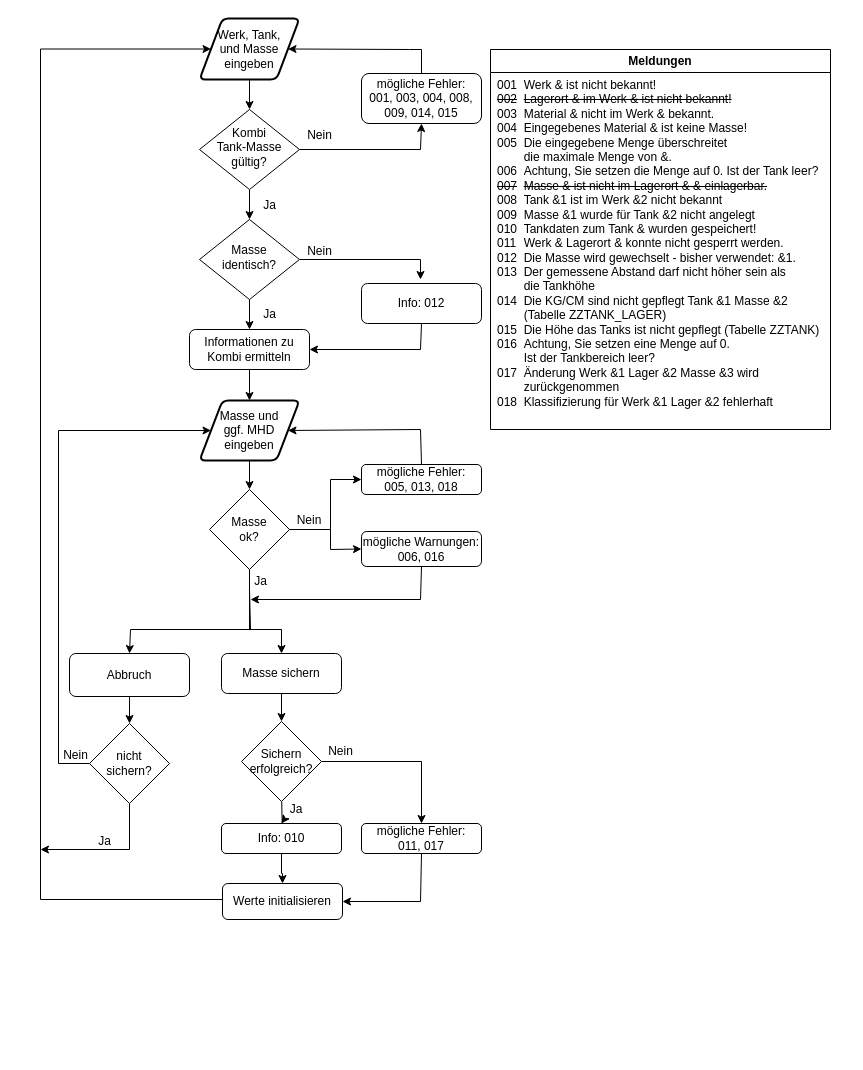
The draw.io diagram Tank.drawio in fsteffens/draw, before the edit. Source tidied: cells renumbered, new cells numbered last; positions are measured from the earlier drawing's top-left corner, leaving out a move shared by most shapes. Both pictures are drawn from the tidied source at 100%, with x=0, y=0 at pixel (40, 18).
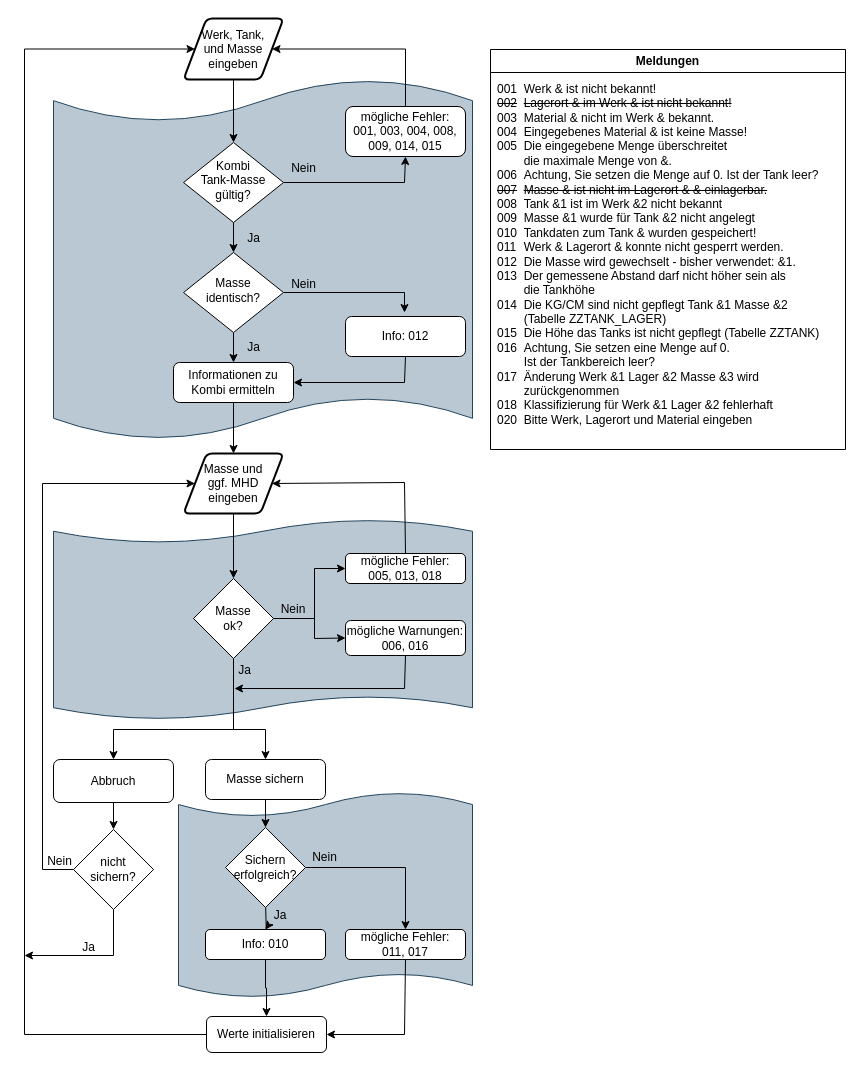
The same page after the edit.

Commit message:
Tank.drawio aktualisiert: FuBa

Change to the diagram source:
```diff
@@
+    <mxCell id="55" style="shape=tape;whiteSpace=wrap;html=1;size=0.11764705882352941;fillColor=#bac8d3;strokeColor=#23445d;gradientColor=none;" parent="1" vertex="1">
+      <mxGeometry x="138" y="774" width="294" height="205" as="geometry" />
+    </mxCell>
+    <mxCell id="56" style="shape=tape;whiteSpace=wrap;html=1;size=0.11764705882352941;fillColor=#bac8d3;strokeColor=#23445d;gradientColor=none;" parent="1" vertex="1">
+      <mxGeometry x="13" y="501" width="419" height="200" as="geometry" />
+    </mxCell>
+    <mxCell id="57" style="shape=tape;whiteSpace=wrap;html=1;size=0.11764705882352941;fillColor=#bac8d3;strokeColor=#23445d;gradientColor=none;" parent="1" vertex="1">
+      <mxGeometry x="13" y="61" width="419" height="360" as="geometry" />
+    </mxCell>
@@
     <mxCell id="3" style="edgeStyle=orthogonalEdgeStyle;rounded=0;jettySize=auto;html=1;exitX=1;exitY=0.5;exitDx=0;exitDy=0;entryX=0.5;entryY=1;entryDx=0;entryDy=0;" parent="1" edge="1" source="4" target="6">
       <mxGeometry relative="1" as="geometry">
         <Array as="points">
-          <mxPoint x="380" y="131" />
-          <mxPoint x="380" y="105" />
+          <mxPoint x="364" y="164" />
+          <mxPoint x="364" y="138" />
         </Array>
       </mxGeometry>
     </mxCell>
     <mxCell id="4" value="Kombi&lt;br&gt;Tank-Masse&lt;br&gt;gültig?" style="rhombus;whiteSpace=wrap;html=1;shadow=0;fontFamily=Helvetica;fontSize=12;align=center;strokeWidth=1;spacing=6;spacingTop=-4;" parent="1" vertex="1">
-      <mxGeometry x="159" y="91" width="100" height="80" as="geometry" />
+      <mxGeometry x="143" y="124" width="100" height="80" as="geometry" />
     </mxCell>
     <mxCell id="5" style="edgeStyle=orthogonalEdgeStyle;rounded=0;jettySize=auto;html=1;exitX=0.5;exitY=0;exitDx=0;exitDy=0;entryX=1;entryY=0.5;entryDx=0;entryDy=0;" parent="1" edge="1" source="6" target="16">
       <mxGeometry relative="1" as="geometry">
         <Array as="points">
-          <mxPoint x="369" y="31" />
-          <mxPoint x="248" y="31" />
+          <mxPoint x="365" y="31" />
         </Array>
       </mxGeometry>
     </mxCell>
     <mxCell id="6" value="mögliche Fehler:&lt;br&gt;001, 003, 004, 008, 009, 014, 015" style="rounded=1;whiteSpace=wrap;html=1;fontSize=12;glass=0;strokeWidth=1;shadow=0;" parent="1" vertex="1">
-      <mxGeometry x="321" y="55" width="120" height="50" as="geometry" />
+      <mxGeometry x="305" y="88" width="120" height="50" as="geometry" />
     </mxCell>
     <mxCell id="7" style="edgeStyle=orthogonalEdgeStyle;rounded=0;jettySize=auto;html=1;" parent="1" edge="1" source="9">
       <mxGeometry relative="1" as="geometry">
-        <mxPoint x="380" y="261" as="targetPoint" />
+        <mxPoint x="364" y="294" as="targetPoint" />
         <Array as="points">
-          <mxPoint x="380" y="241" />
+          <mxPoint x="364" y="274" />
         </Array>
       </mxGeometry>
     </mxCell>
@@
     <mxCell id="9" value="Masse identisch?" style="rhombus;whiteSpace=wrap;html=1;shadow=0;fontFamily=Helvetica;fontSize=12;align=center;strokeWidth=1;spacing=6;spacingTop=-4;" parent="1" vertex="1">
-      <mxGeometry x="159" y="201" width="100" height="80" as="geometry" />
+      <mxGeometry x="143" y="234" width="100" height="80" as="geometry" />
     </mxCell>
     <mxCell id="10" value="Informationen zu Kombi ermitteln" style="rounded=1;whiteSpace=wrap;html=1;fontSize=12;glass=0;strokeWidth=1;shadow=0;" parent="1" vertex="1">
-      <mxGeometry x="149" y="311" width="120" height="40" as="geometry" />
+      <mxGeometry x="133" y="344" width="120" height="40" as="geometry" />
     </mxCell>
     <mxCell id="11" value="Info:&amp;nbsp;012" style="rounded=1;whiteSpace=wrap;html=1;fontSize=12;glass=0;strokeWidth=1;shadow=0;" parent="1" vertex="1">
-      <mxGeometry x="321" y="265" width="120" height="40" as="geometry" />
+      <mxGeometry x="305" y="298" width="120" height="40" as="geometry" />
     </mxCell>
     <mxCell id="12" value="Meldungen" style="swimlane;whiteSpace=wrap;html=1;" parent="1" vertex="1">
-      <mxGeometry x="450" y="31" width="340" height="380" as="geometry" />
+      <mxGeometry x="450" y="31" width="355" height="400" as="geometry" />
     </mxCell>
-    <mxCell id="13" value="&lt;div style=&quot;&quot;&gt;&lt;div&gt;001&lt;span style=&quot;white-space: pre;&quot;&gt;&#9;&lt;/span&gt;Werk &amp;amp; ist nicht bekannt!&lt;/div&gt;&lt;div&gt;&lt;strike&gt;002&lt;span style=&quot;white-space: pre;&quot;&gt;&#9;&lt;/span&gt;Lagerort &amp;amp; im Werk &amp;amp; ist nicht bekannt!&lt;/strike&gt;&lt;/div&gt;&lt;div&gt;&lt;span style=&quot;background-color: initial;&quot;&gt;003&lt;/span&gt;&lt;span style=&quot;background-color: initial; white-space-collapse: preserve;&quot;&gt;&#9;&lt;/span&gt;&lt;span style=&quot;background-color: initial;&quot;&gt;Material &amp;amp; nicht im Werk &amp;amp; bekannt.&lt;/span&gt;&lt;/div&gt;&lt;/div&gt;&lt;div style=&quot;&quot;&gt;&lt;div&gt;004&lt;span style=&quot;white-space: pre;&quot;&gt;&#9;&lt;/span&gt;Eingegebenes Material &amp;amp; ist keine Masse!&lt;/div&gt;&lt;div&gt;005&lt;span style=&quot;white-space: pre;&quot;&gt;&#9;&lt;/span&gt;Die eingegebene Menge überschreitet&amp;nbsp;&lt;/div&gt;&lt;div&gt;&lt;span style=&quot;white-space: pre;&quot;&gt;&#9;&lt;/span&gt;die maximale Menge von &amp;amp;.&lt;/div&gt;&lt;div&gt;006&lt;span style=&quot;white-space: pre;&quot;&gt;&#9;&lt;/span&gt;Achtung, Sie setzen die Menge auf 0. Ist der Tank leer?&lt;/div&gt;&lt;div&gt;&lt;strike&gt;007&lt;span style=&quot;white-space: pre;&quot;&gt;&#9;&lt;/span&gt;Masse &amp;amp; ist nicht im Lagerort &amp;amp; &amp;amp; einlagerbar.&lt;/strike&gt;&lt;/div&gt;&lt;div&gt;008&lt;span style=&quot;white-space: pre;&quot;&gt;&#9;&lt;/span&gt;Tank &amp;amp;1 ist im Werk &amp;amp;2 nicht bekannt&lt;/div&gt;&lt;div&gt;009&lt;span style=&quot;white-space: pre;&quot;&gt;&#9;&lt;/span&gt;Masse &amp;amp;1 wurde für Tank &amp;amp;2 nicht angelegt&lt;/div&gt;&lt;div&gt;010&lt;span style=&quot;white-space: pre;&quot;&gt;&#9;&lt;/span&gt;Tankdaten zum Tank &amp;amp; wurden gespeichert!&lt;/div&gt;&lt;div&gt;011&lt;span style=&quot;white-space: pre;&quot;&gt;&#9;&lt;/span&gt;Werk &amp;amp; Lagerort &amp;amp; konnte nicht gesperrt werden.&lt;/div&gt;&lt;div&gt;012&lt;span style=&quot;white-space: pre;&quot;&gt;&#9;&lt;/span&gt;Die Masse wird gewechselt - bisher verwendet: &amp;amp;1.&lt;/div&gt;&lt;div&gt;013&lt;span style=&quot;white-space: pre;&quot;&gt;&#9;&lt;/span&gt;Der gemessene Abstand darf nicht höher sein als&amp;nbsp;&lt;/div&gt;&lt;div&gt;&lt;span style=&quot;white-space: pre;&quot;&gt;&#9;&lt;/span&gt;die Tankhöhe&lt;/div&gt;&lt;div&gt;014&lt;span style=&quot;white-space: pre;&quot;&gt;&#9;&lt;/span&gt;Die KG/CM sind nicht gepflegt Tank &amp;amp;1 Masse &amp;amp;2&amp;nbsp;&lt;/div&gt;&lt;div&gt;&lt;span style=&quot;white-space: pre;&quot;&gt;&#9;&lt;/span&gt;(Tabelle ZZTANK_LAGER)&lt;/div&gt;&lt;div&gt;015&lt;span style=&quot;white-space: pre;&quot;&gt;&#9;&lt;/span&gt;Die Höhe das Tanks ist nicht gepflegt (Tabelle ZZTANK)&lt;/div&gt;&lt;div&gt;016&lt;span style=&quot;white-space: pre;&quot;&gt;&#9;&lt;/span&gt;Achtung, Sie setzen eine Menge auf 0.&amp;nbsp;&lt;/div&gt;&lt;div&gt;&lt;span style=&quot;white-space: pre;&quot;&gt;&#9;&lt;/span&gt;Ist der Tankbereich leer?&lt;/div&gt;&lt;div&gt;017&lt;span style=&quot;white-space: pre;&quot;&gt;&#9;&lt;/span&gt;Änderung Werk &amp;amp;1 Lager &amp;amp;2 Masse &amp;amp;3 wird&amp;nbsp;&lt;/div&gt;&lt;div&gt;&lt;span style=&quot;white-space: pre;&quot;&gt;&#9;&lt;/span&gt;zurückgenommen&lt;/div&gt;&lt;div&gt;018&lt;span style=&quot;white-space: pre;&quot;&gt;&#9;&lt;/span&gt;Klassifizierung für Werk &amp;amp;1 Lager &amp;amp;2 fehlerhaft&lt;/div&gt;&lt;/div&gt;" style="text;html=1;align=left;verticalAlign=middle;strokeColor=none;fillColor=none;" parent="12" vertex="1">
-      <mxGeometry x="5" y="24" width="350" height="340" as="geometry" />
+    <mxCell id="13" value="&lt;div style=&quot;&quot;&gt;&lt;div&gt;001&lt;span style=&quot;white-space: pre;&quot;&gt;&#9;&lt;/span&gt;Werk &amp;amp; ist nicht bekannt!&lt;/div&gt;&lt;div&gt;&lt;strike&gt;002&lt;span style=&quot;white-space: pre;&quot;&gt;&#9;&lt;/span&gt;Lagerort &amp;amp; im Werk &amp;amp; ist nicht bekannt!&lt;/strike&gt;&lt;/div&gt;&lt;div&gt;&lt;span style=&quot;background-color: initial;&quot;&gt;003&lt;/span&gt;&lt;span style=&quot;background-color: initial; white-space-collapse: preserve;&quot;&gt;&#9;&lt;/span&gt;&lt;span style=&quot;background-color: initial;&quot;&gt;Material &amp;amp; nicht im Werk &amp;amp; bekannt.&lt;/span&gt;&lt;/div&gt;&lt;/div&gt;&lt;div style=&quot;&quot;&gt;&lt;div&gt;004&lt;span style=&quot;white-space: pre;&quot;&gt;&#9;&lt;/span&gt;Eingegebenes Material &amp;amp; ist keine Masse!&lt;/div&gt;&lt;div&gt;005&lt;span style=&quot;white-space: pre;&quot;&gt;&#9;&lt;/span&gt;Die eingegebene Menge überschreitet&amp;nbsp;&lt;/div&gt;&lt;div&gt;&lt;span style=&quot;white-space: pre;&quot;&gt;&#9;&lt;/span&gt;die maximale Menge von &amp;amp;.&lt;/div&gt;&lt;div&gt;006&lt;span style=&quot;white-space: pre;&quot;&gt;&#9;&lt;/span&gt;Achtung, Sie setzen die Menge auf 0. Ist der Tank leer?&lt;/div&gt;&lt;div&gt;&lt;strike&gt;007&lt;span style=&quot;white-space: pre;&quot;&gt;&#9;&lt;/span&gt;Masse &amp;amp; ist nicht im Lagerort &amp;amp; &amp;amp; einlagerbar.&lt;/strike&gt;&lt;/div&gt;&lt;div&gt;008&lt;span style=&quot;white-space: pre;&quot;&gt;&#9;&lt;/span&gt;Tank &amp;amp;1 ist im Werk &amp;amp;2 nicht bekannt&lt;/div&gt;&lt;div&gt;009&lt;span style=&quot;white-space: pre;&quot;&gt;&#9;&lt;/span&gt;Masse &amp;amp;1 wurde für Tank &amp;amp;2 nicht angelegt&lt;/div&gt;&lt;div&gt;010&lt;span style=&quot;white-space: pre;&quot;&gt;&#9;&lt;/span&gt;Tankdaten zum Tank &amp;amp; wurden gespeichert!&lt;/div&gt;&lt;div&gt;011&lt;span style=&quot;white-space: pre;&quot;&gt;&#9;&lt;/span&gt;Werk &amp;amp; Lagerort &amp;amp; konnte nicht gesperrt werden.&lt;/div&gt;&lt;div&gt;012&lt;span style=&quot;white-space: pre;&quot;&gt;&#9;&lt;/span&gt;Die Masse wird gewechselt - bisher verwendet: &amp;amp;1.&lt;/div&gt;&lt;div&gt;013&lt;span style=&quot;white-space: pre;&quot;&gt;&#9;&lt;/span&gt;Der gemessene Abstand darf nicht höher sein als&amp;nbsp;&lt;/div&gt;&lt;div&gt;&lt;span style=&quot;white-space: pre;&quot;&gt;&#9;&lt;/span&gt;die Tankhöhe&lt;/div&gt;&lt;div&gt;014&lt;span style=&quot;white-space: pre;&quot;&gt;&#9;&lt;/span&gt;Die KG/CM sind nicht gepflegt Tank &amp;amp;1 Masse &amp;amp;2&amp;nbsp;&lt;/div&gt;&lt;div&gt;&lt;span style=&quot;white-space: pre;&quot;&gt;&#9;&lt;/span&gt;(Tabelle ZZTANK_LAGER)&lt;/div&gt;&lt;div&gt;015&lt;span style=&quot;white-space: pre;&quot;&gt;&#9;&lt;/span&gt;Die Höhe das Tanks ist nicht gepflegt (Tabelle ZZTANK)&lt;/div&gt;&lt;div&gt;016&lt;span style=&quot;white-space: pre;&quot;&gt;&#9;&lt;/span&gt;Achtung, Sie setzen eine Menge auf 0.&amp;nbsp;&lt;/div&gt;&lt;div&gt;&lt;span style=&quot;white-space: pre;&quot;&gt;&#9;&lt;/span&gt;Ist der Tankbereich leer?&lt;/div&gt;&lt;div&gt;017&lt;span style=&quot;white-space: pre;&quot;&gt;&#9;&lt;/span&gt;Änderung Werk &amp;amp;1 Lager &amp;amp;2 Masse &amp;amp;3 wird&amp;nbsp;&lt;/div&gt;&lt;div&gt;&lt;span style=&quot;white-space: pre;&quot;&gt;&#9;&lt;/span&gt;zurückgenommen&lt;/div&gt;&lt;div&gt;018&lt;span style=&quot;white-space: pre;&quot;&gt;&#9;&lt;/span&gt;Klassifizierung für Werk &amp;amp;1 Lager &amp;amp;2 fehlerhaft&lt;/div&gt;&lt;div&gt;020&lt;span style=&quot;white-space: pre;&quot;&gt;&#9;&lt;/span&gt;Bitte Werk, Lagerort und Material eingeben&lt;/div&gt;&lt;/div&gt;" style="text;html=1;align=left;verticalAlign=middle;strokeColor=none;fillColor=none;" parent="12" vertex="1">
+      <mxGeometry x="5" y="25" width="350" height="360" as="geometry" />
     </mxCell>
     <mxCell id="14" style="endArrow=classic;html=1;rounded=0;exitX=0.5;exitY=1;exitDx=0;exitDy=0;entryX=1;entryY=0.5;entryDx=0;entryDy=0;" parent="1" edge="1" source="11" target="10">
       <mxGeometry relative="1" as="geometry">
         <Array as="points">
-          <mxPoint x="380" y="331" />
+          <mxPoint x="364" y="364" />
         </Array>
       </mxGeometry>
     </mxCell>
-    <mxCell id="15" style="edgeStyle=orthogonalEdgeStyle;rounded=0;jettySize=auto;html=1;" parent="1" edge="1" source="16" target="4">
+    <mxCell id="15" style="edgeStyle=orthogonalEdgeStyle;rounded=0;jettySize=auto;html=1;exitX=0.5;exitY=1;exitDx=0;exitDy=0;" parent="1" edge="1" source="16" target="4">
       <mxGeometry relative="1" as="geometry" />
     </mxCell>
     <mxCell id="16" value="Werk, Tank,&lt;br&gt;und Masse&lt;br style=&quot;border-color: var(--border-color);&quot;&gt;eingeben" style="shape=parallelogram;html=1;strokeWidth=2;perimeter=parallelogramPerimeter;whiteSpace=wrap;rounded=1;arcSize=12;size=0.23;" parent="1" vertex="1">
-      <mxGeometry x="159" width="100" height="61" as="geometry" />
+      <mxGeometry x="143" width="100" height="61" as="geometry" />
     </mxCell>
     <mxCell id="17" value="Masse und &lt;br&gt;ggf. MHD eingeben" style="shape=parallelogram;html=1;strokeWidth=2;perimeter=parallelogramPerimeter;whiteSpace=wrap;rounded=1;arcSize=12;size=0.23;" parent="1" vertex="1">
-      <mxGeometry x="159" y="382" width="100" height="60" as="geometry" />
+      <mxGeometry x="143" y="435" width="100" height="60" as="geometry" />
     </mxCell>
@@
     <mxCell id="19" style="edgeStyle=orthogonalEdgeStyle;rounded=0;jettySize=auto;html=1;exitX=0.5;exitY=1;exitDx=0;exitDy=0;" parent="1" edge="1" source="20" target="31">
       <mxGeometry relative="1" as="geometry">
         <Array as="points">
-          <mxPoint x="209" y="611" />
-          <mxPoint x="241" y="611" />
+          <mxPoint x="193" y="711" />
+          <mxPoint x="225" y="711" />
         </Array>
       </mxGeometry>
     </mxCell>
     <mxCell id="20" value="Masse &lt;br&gt;ok?" style="rhombus;whiteSpace=wrap;html=1;" parent="1" vertex="1">
-      <mxGeometry x="169" y="471" width="80" height="80" as="geometry" />
+      <mxGeometry x="153" y="560" width="80" height="80" as="geometry" />
     </mxCell>
@@
     <mxCell id="22" value="mögliche Fehler:&lt;br&gt;005, 013, 018" style="rounded=1;whiteSpace=wrap;html=1;" parent="1" vertex="1">
-      <mxGeometry x="321" y="446" width="120" height="30" as="geometry" />
+      <mxGeometry x="305" y="535" width="120" height="30" as="geometry" />
     </mxCell>
     <mxCell id="23" style="endArrow=classic;html=1;rounded=0;exitX=0.5;exitY=0;exitDx=0;exitDy=0;entryX=1;entryY=0.5;entryDx=0;entryDy=0;" parent="1" edge="1" source="22" target="17">
       <mxGeometry relative="1" as="geometry">
         <Array as="points">
-          <mxPoint x="380" y="411" />
+          <mxPoint x="364" y="464" />
         </Array>
       </mxGeometry>
     </mxCell>
     <mxCell id="24" value="Nein" style="text;html=1;strokeColor=none;fillColor=none;align=center;verticalAlign=middle;whiteSpace=wrap;rounded=0;" parent="1" vertex="1">
-      <mxGeometry x="239" y="487" width="60" height="30" as="geometry" />
+      <mxGeometry x="223" y="576" width="60" height="30" as="geometry" />
     </mxCell>
     <mxCell id="25" value="mögliche Warnungen: &lt;br&gt;006, 016" style="rounded=1;whiteSpace=wrap;html=1;" parent="1" vertex="1">
-      <mxGeometry x="321" y="513" width="120" height="35" as="geometry" />
+      <mxGeometry x="305" y="602" width="120" height="35" as="geometry" />
     </mxCell>
     <mxCell id="26" value="Ja" style="text;html=1;align=center;verticalAlign=middle;strokeColor=none;fillColor=none;" parent="1" vertex="1">
-      <mxGeometry x="209" y="172" width="40" height="30" as="geometry" />
+      <mxGeometry x="193" y="205" width="40" height="30" as="geometry" />
     </mxCell>
     <mxCell id="27" value="Nein" style="text;html=1;align=center;verticalAlign=middle;strokeColor=none;fillColor=none;" parent="1" vertex="1">
-      <mxGeometry x="254" y="102" width="50" height="30" as="geometry" />
+      <mxGeometry x="238" y="135" width="50" height="30" as="geometry" />
     </mxCell>
     <mxCell id="28" value="Nein" style="text;html=1;align=center;verticalAlign=middle;strokeColor=none;fillColor=none;" parent="1" vertex="1">
-      <mxGeometry x="254" y="218" width="50" height="30" as="geometry" />
+      <mxGeometry x="238" y="251" width="50" height="30" as="geometry" />
     </mxCell>
     <mxCell id="29" value="Ja" style="text;html=1;align=center;verticalAlign=middle;strokeColor=none;fillColor=none;" parent="1" vertex="1">
-      <mxGeometry x="209" y="281" width="40" height="30" as="geometry" />
+      <mxGeometry x="193" y="314" width="40" height="30" as="geometry" />
     </mxCell>
@@
     <mxCell id="31" value="Masse sichern" style="rounded=1;whiteSpace=wrap;html=1;" parent="1" vertex="1">
-      <mxGeometry x="181" y="635" width="120" height="40" as="geometry" />
+      <mxGeometry x="165" y="741" width="120" height="40" as="geometry" />
     </mxCell>
     <mxCell id="32" style="edgeStyle=orthogonalEdgeStyle;rounded=0;jettySize=auto;html=1;" parent="1" edge="1" target="48">
       <mxGeometry relative="1" as="geometry">
-        <mxPoint x="241.2" y="783" as="sourcePoint" />
+        <mxPoint x="225.2" y="889" as="sourcePoint" />
       </mxGeometry>
     </mxCell>
@@
     <mxCell id="34" value="Sichern erfolgreich?" style="rhombus;whiteSpace=wrap;html=1;" parent="1" vertex="1">
-      <mxGeometry x="201" y="703" width="80" height="80" as="geometry" />
+      <mxGeometry x="185" y="809" width="80" height="80" as="geometry" />
     </mxCell>
     <mxCell id="35" style="edgeStyle=orthogonalEdgeStyle;rounded=0;jettySize=auto;html=1;entryX=0;entryY=0.5;entryDx=0;entryDy=0;exitX=0;exitY=0.5;exitDx=0;exitDy=0;" parent="1" edge="1" source="36" target="16">
       <mxGeometry relative="1" as="geometry">
         <Array as="points">
-          <mxPoint x="202" y="881" />
-          <mxPoint y="881" />
-          <mxPoint y="31" />
+          <mxPoint x="-16" y="1016" />
+          <mxPoint x="-16" y="31" />
         </Array>
       </mxGeometry>
     </mxCell>
     <mxCell id="36" value="Werte initialisieren" style="rounded=1;whiteSpace=wrap;html=1;" parent="1" vertex="1">
-      <mxGeometry x="182" y="865" width="120" height="36" as="geometry" />
+      <mxGeometry x="166" y="998" width="120" height="36" as="geometry" />
     </mxCell>
     <mxCell id="37" style="endArrow=classic;html=1;rounded=0;exitX=1;exitY=0.5;exitDx=0;exitDy=0;entryX=0;entryY=0.5;entryDx=0;entryDy=0;" parent="1" edge="1" source="20" target="22">
       <mxGeometry relative="1" as="geometry">
         <Array as="points">
-          <mxPoint x="290" y="511" />
-          <mxPoint x="290" y="461" />
+          <mxPoint x="274" y="600" />
+          <mxPoint x="274" y="550" />
         </Array>
       </mxGeometry>
     </mxCell>
     <mxCell id="38" style="endArrow=classic;html=1;rounded=0;exitX=1;exitY=0.5;exitDx=0;exitDy=0;entryX=0;entryY=0.5;entryDx=0;entryDy=0;" parent="1" edge="1" source="20" target="25">
       <mxGeometry relative="1" as="geometry">
         <Array as="points">
-          <mxPoint x="290" y="511" />
-          <mxPoint x="290" y="531" />
+          <mxPoint x="274" y="600" />
+          <mxPoint x="274" y="620" />
         </Array>
       </mxGeometry>
     </mxCell>
     <mxCell id="39" value="Ja" style="text;html=1;strokeColor=none;fillColor=none;align=center;verticalAlign=middle;whiteSpace=wrap;rounded=0;" parent="1" vertex="1">
-      <mxGeometry x="231" y="776" width="50" height="30" as="geometry" />
+      <mxGeometry x="215" y="882" width="50" height="30" as="geometry" />
     </mxCell>
@@
     <mxCell id="41" value="Abbruch" style="rounded=1;whiteSpace=wrap;html=1;" parent="1" vertex="1">
-      <mxGeometry x="29" y="635" width="120" height="43" as="geometry" />
+      <mxGeometry x="13" y="741" width="120" height="43" as="geometry" />
     </mxCell>
     <mxCell id="42" value="Ja" style="text;html=1;align=center;verticalAlign=middle;strokeColor=none;fillColor=none;" parent="1" vertex="1">
-      <mxGeometry x="200" y="548" width="40" height="30" as="geometry" />
+      <mxGeometry x="184" y="637" width="40" height="30" as="geometry" />
     </mxCell>
     <mxCell id="43" style="endArrow=classic;html=1;rounded=0;entryX=0.5;entryY=0;entryDx=0;entryDy=0;exitX=0.5;exitY=1;exitDx=0;exitDy=0;" parent="1" edge="1" source="20" target="41">
       <mxGeometry relative="1" as="geometry">
         <Array as="points">
-          <mxPoint x="209" y="571" />
-          <mxPoint x="210" y="611" />
-          <mxPoint x="90" y="611" />
+          <mxPoint x="193" y="660" />
+          <mxPoint x="193" y="711" />
+          <mxPoint x="128" y="711" />
+          <mxPoint x="73" y="711" />
         </Array>
       </mxGeometry>
     </mxCell>
     <mxCell id="44" value="nicht &lt;br&gt;sichern?" style="rhombus;whiteSpace=wrap;html=1;" parent="1" vertex="1">
-      <mxGeometry x="49" y="705" width="80" height="80" as="geometry" />
+      <mxGeometry x="33" y="811" width="80" height="80" as="geometry" />
     </mxCell>
     <mxCell id="45" style="endArrow=classic;html=1;rounded=0;exitX=0.5;exitY=1;exitDx=0;exitDy=0;" parent="1" edge="1" source="44">
       <mxGeometry relative="1" as="geometry">
-        <mxPoint y="831" as="targetPoint" />
+        <mxPoint x="-16" y="937" as="targetPoint" />
         <Array as="points">
-          <mxPoint x="89" y="831" />
+          <mxPoint x="73" y="937" />
         </Array>
       </mxGeometry>
     </mxCell>
     <mxCell id="46" value="Ja" style="text;html=1;align=center;verticalAlign=middle;strokeColor=none;fillColor=none;" parent="1" vertex="1">
-      <mxGeometry x="44" y="808" width="40" height="30" as="geometry" />
+      <mxGeometry x="28" y="914" width="40" height="30" as="geometry" />
     </mxCell>
@@
     <mxCell id="48" value="Info: 010" style="rounded=1;whiteSpace=wrap;html=1;" parent="1" vertex="1">
-      <mxGeometry x="181" y="805" width="120" height="30" as="geometry" />
+      <mxGeometry x="165" y="911" width="120" height="30" as="geometry" />
     </mxCell>
     <mxCell id="49" value="mögliche Fehler:&lt;br&gt;011, 017" style="rounded=1;whiteSpace=wrap;html=1;" parent="1" vertex="1">
-      <mxGeometry x="321" y="805" width="120" height="30" as="geometry" />
+      <mxGeometry x="305" y="911" width="120" height="30" as="geometry" />
     </mxCell>
     <mxCell id="50" style="endArrow=classic;html=1;rounded=0;exitX=0.5;exitY=1;exitDx=0;exitDy=0;entryX=1;entryY=0.5;entryDx=0;entryDy=0;" parent="1" edge="1" source="49" target="36">
       <mxGeometry relative="1" as="geometry">
         <Array as="points">
-          <mxPoint x="380" y="883" />
+          <mxPoint x="364" y="1016" />
         </Array>
       </mxGeometry>
     </mxCell>
     <mxCell id="51" value="Nein" style="text;html=1;align=center;verticalAlign=middle;strokeColor=none;fillColor=none;" parent="1" vertex="1">
-      <mxGeometry x="275" y="718" width="50" height="30" as="geometry" />
+      <mxGeometry x="259" y="824" width="50" height="30" as="geometry" />
     </mxCell>
     <mxCell id="52" style="endArrow=classic;html=1;rounded=0;exitX=0.5;exitY=1;exitDx=0;exitDy=0;" parent="1" edge="1" source="25">
       <mxGeometry relative="1" as="geometry">
-        <mxPoint x="210" y="581" as="targetPoint" />
+        <mxPoint x="194" y="670" as="targetPoint" />
         <Array as="points">
-          <mxPoint x="380" y="581" />
+          <mxPoint x="364" y="670" />
         </Array>
       </mxGeometry>
     </mxCell>
     <mxCell id="53" style="endArrow=classic;html=1;rounded=0;exitX=0;exitY=0.5;exitDx=0;exitDy=0;entryX=0;entryY=0.5;entryDx=0;entryDy=0;" parent="1" edge="1" source="44" target="17">
       <mxGeometry relative="1" as="geometry">
         <Array as="points">
-          <mxPoint x="18" y="745" />
-          <mxPoint x="18" y="412" />
+          <mxPoint x="2" y="851" />
+          <mxPoint x="2" y="465" />
         </Array>
       </mxGeometry>
     </mxCell>
     <mxCell id="54" value="Nein" style="text;html=1;align=center;verticalAlign=middle;strokeColor=none;fillColor=none;" parent="1" vertex="1">
-      <mxGeometry x="10" y="722" width="50" height="30" as="geometry" />
+      <mxGeometry x="-6" y="828" width="50" height="30" as="geometry" />
     </mxCell>
```
